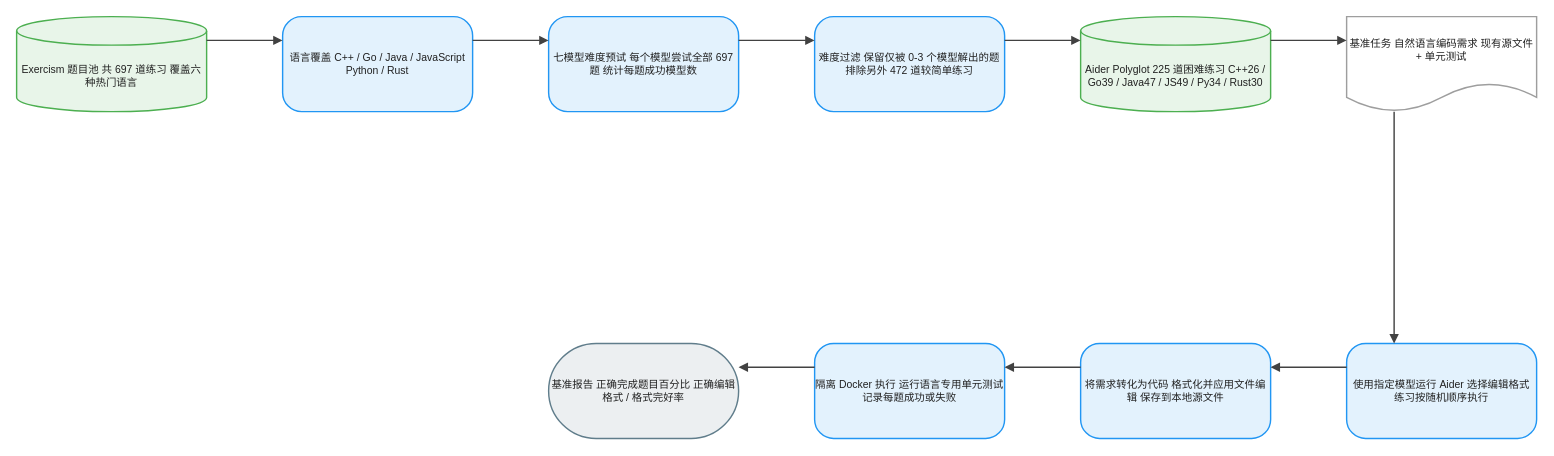
This is client/public/drawio/Aider_Polyglot/Aider_Polyglot.zh.drawio from joe1chief/benchmark-hub, a draw.io file, before an edit. Source tidied: cells renumbered, new cells numbered last; positions are measured from the earlier drawing's top-left corner, leaving out a move shared by most shapes. Both pictures are drawn from the tidied source at 95%, with x=0, y=0 at pixel (16, 16).
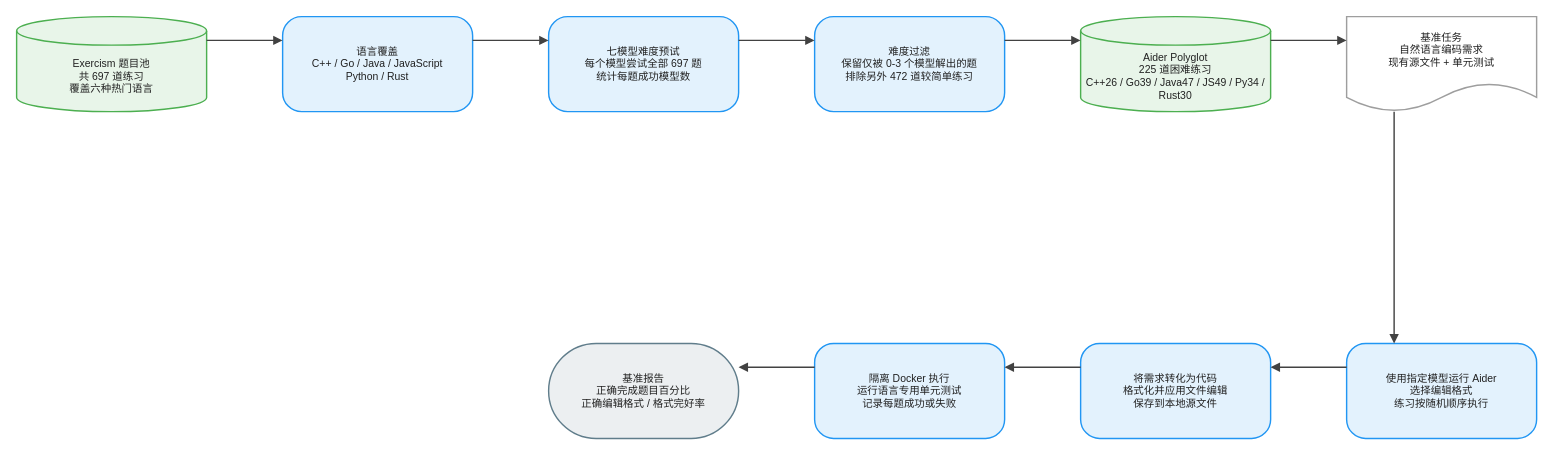
The same page after the edit.

Change to the diagram source:
```diff
@@
-    <mxCell id="2" value="Exercism 题目池 共 697 道练习 覆盖六种热门语言" style="shape=cylinder3;boundedLbl=1;backgroundOutline=1;size=15;html=1;whiteSpace=wrap;fillColor=#E8F5E9;strokeColor=#4CAF50;strokeWidth=1.5;fontColor=#212121;fontSize=11;fontFamily=Arial, Helvetica, sans-serif;verticalAlign=middle;align=center;" parent="1" vertex="1">
+    <mxCell id="2" value="Exercism 题目池&#10;共 697 道练习&#10;覆盖六种热门语言" style="shape=cylinder3;boundedLbl=1;backgroundOutline=1;size=15;html=0;convertToSvg=1;whiteSpace=wrap;fillColor=#E8F5E9;strokeColor=#4CAF50;strokeWidth=1.5;fontColor=#212121;fontSize=11;fontFamily=Arial, Helvetica, sans-serif;verticalAlign=middle;align=center;" parent="1" vertex="1">
       <mxGeometry width="200" height="100" as="geometry" />
     </mxCell>
-    <mxCell id="3" value="语言覆盖 C++ / Go / Java / JavaScript Python / Rust" style="rounded=1;arcSize=20;html=1;whiteSpace=wrap;fillColor=#E3F2FD;strokeColor=#2196F3;strokeWidth=1.5;fontColor=#212121;fontSize=11;fontFamily=Arial, Helvetica, sans-serif;verticalAlign=middle;align=center;" parent="1" vertex="1">
+    <mxCell id="3" value="语言覆盖&#10;C++ / Go / Java / JavaScript&#10;Python / Rust" style="rounded=1;arcSize=20;html=0;convertToSvg=1;whiteSpace=wrap;fillColor=#E3F2FD;strokeColor=#2196F3;strokeWidth=1.5;fontColor=#212121;fontSize=11;fontFamily=Arial, Helvetica, sans-serif;verticalAlign=middle;align=center;" parent="1" vertex="1">
       <mxGeometry x="280" width="200" height="100" as="geometry" />
     </mxCell>
-    <mxCell id="4" value="七模型难度预试 每个模型尝试全部 697 题 统计每题成功模型数" style="rounded=1;arcSize=20;html=1;whiteSpace=wrap;fillColor=#E3F2FD;strokeColor=#2196F3;strokeWidth=1.5;fontColor=#212121;fontSize=11;fontFamily=Arial, Helvetica, sans-serif;verticalAlign=middle;align=center;" parent="1" vertex="1">
+    <mxCell id="4" value="七模型难度预试&#10;每个模型尝试全部 697 题&#10;统计每题成功模型数" style="rounded=1;arcSize=20;html=0;convertToSvg=1;whiteSpace=wrap;fillColor=#E3F2FD;strokeColor=#2196F3;strokeWidth=1.5;fontColor=#212121;fontSize=11;fontFamily=Arial, Helvetica, sans-serif;verticalAlign=middle;align=center;" parent="1" vertex="1">
       <mxGeometry x="560" width="200" height="100" as="geometry" />
     </mxCell>
-    <mxCell id="5" value="难度过滤 保留仅被 0-3 个模型解出的题 排除另外 472 道较简单练习" style="rounded=1;arcSize=20;html=1;whiteSpace=wrap;fillColor=#E3F2FD;strokeColor=#2196F3;strokeWidth=1.5;fontColor=#212121;fontSize=11;fontFamily=Arial, Helvetica, sans-serif;verticalAlign=middle;align=center;" parent="1" vertex="1">
+    <mxCell id="5" value="难度过滤&#10;保留仅被 0-3 个模型解出的题&#10;排除另外 472 道较简单练习" style="rounded=1;arcSize=20;html=0;convertToSvg=1;whiteSpace=wrap;fillColor=#E3F2FD;strokeColor=#2196F3;strokeWidth=1.5;fontColor=#212121;fontSize=11;fontFamily=Arial, Helvetica, sans-serif;verticalAlign=middle;align=center;" parent="1" vertex="1">
       <mxGeometry x="840" width="200" height="100" as="geometry" />
     </mxCell>
-    <mxCell id="6" value="Aider Polyglot 225 道困难练习 C++26 / Go39 / Java47 / JS49 / Py34 / Rust30" style="shape=cylinder3;boundedLbl=1;backgroundOutline=1;size=15;html=1;whiteSpace=wrap;fillColor=#E8F5E9;strokeColor=#4CAF50;strokeWidth=1.5;fontColor=#212121;fontSize=11;fontFamily=Arial, Helvetica, sans-serif;verticalAlign=middle;align=center;" parent="1" vertex="1">
+    <mxCell id="6" value="Aider Polyglot&#10;225 道困难练习&#10;C++26 / Go39 / Java47 / JS49 / Py34 / Rust30" style="shape=cylinder3;boundedLbl=1;backgroundOutline=1;size=15;html=0;convertToSvg=1;whiteSpace=wrap;fillColor=#E8F5E9;strokeColor=#4CAF50;strokeWidth=1.5;fontColor=#212121;fontSize=11;fontFamily=Arial, Helvetica, sans-serif;verticalAlign=middle;align=center;" parent="1" vertex="1">
       <mxGeometry x="1120" width="200" height="100" as="geometry" />
     </mxCell>
-    <mxCell id="7" value="基准任务 自然语言编码需求 现有源文件 + 单元测试" style="shape=document;boundedLbl=1;html=1;whiteSpace=wrap;fillColor=#FFFFFF;strokeColor=#9E9E9E;strokeWidth=1.5;fontColor=#212121;fontSize=11;fontFamily=Arial, Helvetica, sans-serif;verticalAlign=middle;align=center;" parent="1" vertex="1">
+    <mxCell id="7" value="基准任务&#10;自然语言编码需求&#10;现有源文件 + 单元测试" style="shape=document;boundedLbl=1;html=0;convertToSvg=1;whiteSpace=wrap;fillColor=#FFFFFF;strokeColor=#9E9E9E;strokeWidth=1.5;fontColor=#212121;fontSize=11;fontFamily=Arial, Helvetica, sans-serif;verticalAlign=middle;align=center;" parent="1" vertex="1">
       <mxGeometry x="1400" width="200" height="100" as="geometry" />
     </mxCell>
-    <mxCell id="8" value="使用指定模型运行 Aider 选择编辑格式 练习按随机顺序执行" style="rounded=1;arcSize=20;html=1;whiteSpace=wrap;fillColor=#E3F2FD;strokeColor=#2196F3;strokeWidth=1.5;fontColor=#212121;fontSize=11;fontFamily=Arial, Helvetica, sans-serif;verticalAlign=middle;align=center;" parent="1" vertex="1">
+    <mxCell id="8" value="使用指定模型运行 Aider&#10;选择编辑格式&#10;练习按随机顺序执行" style="rounded=1;arcSize=20;html=0;convertToSvg=1;whiteSpace=wrap;fillColor=#E3F2FD;strokeColor=#2196F3;strokeWidth=1.5;fontColor=#212121;fontSize=11;fontFamily=Arial, Helvetica, sans-serif;verticalAlign=middle;align=center;" parent="1" vertex="1">
       <mxGeometry x="1400" y="344" width="200" height="100" as="geometry" />
     </mxCell>
-    <mxCell id="9" value="将需求转化为代码 格式化并应用文件编辑 保存到本地源文件" style="rounded=1;arcSize=20;html=1;whiteSpace=wrap;fillColor=#E3F2FD;strokeColor=#2196F3;strokeWidth=1.5;fontColor=#212121;fontSize=11;fontFamily=Arial, Helvetica, sans-serif;verticalAlign=middle;align=center;" parent="1" vertex="1">
+    <mxCell id="9" value="将需求转化为代码&#10;格式化并应用文件编辑&#10;保存到本地源文件" style="rounded=1;arcSize=20;html=0;convertToSvg=1;whiteSpace=wrap;fillColor=#E3F2FD;strokeColor=#2196F3;strokeWidth=1.5;fontColor=#212121;fontSize=11;fontFamily=Arial, Helvetica, sans-serif;verticalAlign=middle;align=center;" parent="1" vertex="1">
       <mxGeometry x="1120" y="344" width="200" height="100" as="geometry" />
     </mxCell>
-    <mxCell id="10" value="隔离 Docker 执行 运行语言专用单元测试 记录每题成功或失败" style="rounded=1;arcSize=20;html=1;whiteSpace=wrap;fillColor=#E3F2FD;strokeColor=#2196F3;strokeWidth=1.5;fontColor=#212121;fontSize=11;fontFamily=Arial, Helvetica, sans-serif;verticalAlign=middle;align=center;" parent="1" vertex="1">
+    <mxCell id="10" value="隔离 Docker 执行&#10;运行语言专用单元测试&#10;记录每题成功或失败" style="rounded=1;arcSize=20;html=0;convertToSvg=1;whiteSpace=wrap;fillColor=#E3F2FD;strokeColor=#2196F3;strokeWidth=1.5;fontColor=#212121;fontSize=11;fontFamily=Arial, Helvetica, sans-serif;verticalAlign=middle;align=center;" parent="1" vertex="1">
       <mxGeometry x="840" y="344" width="200" height="100" as="geometry" />
     </mxCell>
-    <mxCell id="11" value="基准报告 正确完成题目百分比 正确编辑格式 / 格式完好率" style="rounded=1;arcSize=50;html=1;whiteSpace=wrap;fillColor=#ECEFF1;strokeColor=#607D8B;strokeWidth=1.5;fontColor=#212121;fontSize=11;fontFamily=Arial, Helvetica, sans-serif;verticalAlign=middle;align=center;" parent="1" vertex="1">
+    <mxCell id="11" value="基准报告&#10;正确完成题目百分比&#10;正确编辑格式 / 格式完好率" style="rounded=1;arcSize=50;html=0;convertToSvg=1;whiteSpace=wrap;fillColor=#ECEFF1;strokeColor=#607D8B;strokeWidth=1.5;fontColor=#212121;fontSize=11;fontFamily=Arial, Helvetica, sans-serif;verticalAlign=middle;align=center;" parent="1" vertex="1">
       <mxGeometry x="560" y="344" width="200" height="100" as="geometry" />
     </mxCell>
-    <mxCell id="12" style="edgeStyle=orthogonalEdgeStyle;rounded=0;jettySize=auto;html=1;strokeColor=#424242;strokeWidth=1.5;endArrow=block;endFill=1;exitX=1;exitY=0.25;exitDx=0;exitDy=0;entryX=0;entryY=0.25;entryDx=0;entryDy=0;jumpStyle=arc;jumpSize=8;" parent="1" edge="1" source="2" target="3">
+    <mxCell id="12" style="edgeStyle=orthogonalEdgeStyle;rounded=0;jettySize=auto;html=0;convertToSvg=1;strokeColor=#424242;strokeWidth=1.5;endArrow=block;endFill=1;exitX=1;exitY=0.25;exitDx=0;exitDy=0;entryX=0;entryY=0.25;entryDx=0;entryDy=0;jumpStyle=arc;jumpSize=8;" parent="1" edge="1" source="2" target="3">
       <mxGeometry relative="1" as="geometry" />
     </mxCell>
-    <mxCell id="13" style="edgeStyle=orthogonalEdgeStyle;rounded=0;jettySize=auto;html=1;strokeColor=#424242;strokeWidth=1.5;endArrow=block;endFill=1;exitX=1;exitY=0.25;exitDx=0;exitDy=0;entryX=0;entryY=0.25;entryDx=0;entryDy=0;jumpStyle=arc;jumpSize=8;" parent="1" edge="1" source="3" target="4">
+    <mxCell id="13" style="edgeStyle=orthogonalEdgeStyle;rounded=0;jettySize=auto;html=0;convertToSvg=1;strokeColor=#424242;strokeWidth=1.5;endArrow=block;endFill=1;exitX=1;exitY=0.25;exitDx=0;exitDy=0;entryX=0;entryY=0.25;entryDx=0;entryDy=0;jumpStyle=arc;jumpSize=8;" parent="1" edge="1" source="3" target="4">
       <mxGeometry relative="1" as="geometry" />
     </mxCell>
-    <mxCell id="14" style="edgeStyle=orthogonalEdgeStyle;rounded=0;jettySize=auto;html=1;strokeColor=#424242;strokeWidth=1.5;endArrow=block;endFill=1;exitX=1;exitY=0.25;exitDx=0;exitDy=0;entryX=0;entryY=0.25;entryDx=0;entryDy=0;jumpStyle=arc;jumpSize=8;" parent="1" edge="1" source="4" target="5">
+    <mxCell id="14" style="edgeStyle=orthogonalEdgeStyle;rounded=0;jettySize=auto;html=0;convertToSvg=1;strokeColor=#424242;strokeWidth=1.5;endArrow=block;endFill=1;exitX=1;exitY=0.25;exitDx=0;exitDy=0;entryX=0;entryY=0.25;entryDx=0;entryDy=0;jumpStyle=arc;jumpSize=8;" parent="1" edge="1" source="4" target="5">
       <mxGeometry relative="1" as="geometry" />
     </mxCell>
-    <mxCell id="15" style="edgeStyle=orthogonalEdgeStyle;rounded=0;jettySize=auto;html=1;strokeColor=#424242;strokeWidth=1.5;endArrow=block;endFill=1;exitX=1;exitY=0.25;exitDx=0;exitDy=0;entryX=0;entryY=0.25;entryDx=0;entryDy=0;jumpStyle=arc;jumpSize=8;" parent="1" edge="1" source="5" target="6">
+    <mxCell id="15" style="edgeStyle=orthogonalEdgeStyle;rounded=0;jettySize=auto;html=0;convertToSvg=1;strokeColor=#424242;strokeWidth=1.5;endArrow=block;endFill=1;exitX=1;exitY=0.25;exitDx=0;exitDy=0;entryX=0;entryY=0.25;entryDx=0;entryDy=0;jumpStyle=arc;jumpSize=8;" parent="1" edge="1" source="5" target="6">
       <mxGeometry relative="1" as="geometry" />
     </mxCell>
-    <mxCell id="16" style="edgeStyle=orthogonalEdgeStyle;rounded=0;jettySize=auto;html=1;strokeColor=#424242;strokeWidth=1.5;endArrow=block;endFill=1;exitX=1;exitY=0.25;exitDx=0;exitDy=0;entryX=0;entryY=0.25;entryDx=0;entryDy=0;jumpStyle=arc;jumpSize=8;" parent="1" edge="1" source="6" target="7">
+    <mxCell id="16" style="edgeStyle=orthogonalEdgeStyle;rounded=0;jettySize=auto;html=0;convertToSvg=1;strokeColor=#424242;strokeWidth=1.5;endArrow=block;endFill=1;exitX=1;exitY=0.25;exitDx=0;exitDy=0;entryX=0;entryY=0.25;entryDx=0;entryDy=0;jumpStyle=arc;jumpSize=8;" parent="1" edge="1" source="6" target="7">
       <mxGeometry relative="1" as="geometry" />
     </mxCell>
-    <mxCell id="17" style="edgeStyle=orthogonalEdgeStyle;rounded=0;jettySize=auto;html=1;strokeColor=#424242;strokeWidth=1.5;endArrow=block;endFill=1;exitX=0.25;exitY=1;exitDx=0;exitDy=0;entryX=0.25;entryY=0;entryDx=0;entryDy=0;jumpStyle=arc;jumpSize=8;" parent="1" edge="1" source="7" target="8">
+    <mxCell id="17" style="edgeStyle=orthogonalEdgeStyle;rounded=0;jettySize=auto;html=0;convertToSvg=1;strokeColor=#424242;strokeWidth=1.5;endArrow=block;endFill=1;exitX=0.25;exitY=1;exitDx=0;exitDy=0;entryX=0.25;entryY=0;entryDx=0;entryDy=0;jumpStyle=arc;jumpSize=8;" parent="1" edge="1" source="7" target="8">
       <mxGeometry relative="1" as="geometry" />
     </mxCell>
-    <mxCell id="18" style="edgeStyle=orthogonalEdgeStyle;rounded=0;jettySize=auto;html=1;strokeColor=#424242;strokeWidth=1.5;endArrow=block;endFill=1;exitX=0;exitY=0.25;exitDx=0;exitDy=0;entryX=1;entryY=0.25;entryDx=0;entryDy=0;jumpStyle=arc;jumpSize=8;" parent="1" edge="1" source="8" target="9">
+    <mxCell id="18" style="edgeStyle=orthogonalEdgeStyle;rounded=0;jettySize=auto;html=0;convertToSvg=1;strokeColor=#424242;strokeWidth=1.5;endArrow=block;endFill=1;exitX=0;exitY=0.25;exitDx=0;exitDy=0;entryX=1;entryY=0.25;entryDx=0;entryDy=0;jumpStyle=arc;jumpSize=8;" parent="1" edge="1" source="8" target="9">
       <mxGeometry relative="1" as="geometry" />
     </mxCell>
-    <mxCell id="19" style="edgeStyle=orthogonalEdgeStyle;rounded=0;jettySize=auto;html=1;strokeColor=#424242;strokeWidth=1.5;endArrow=block;endFill=1;exitX=0;exitY=0.25;exitDx=0;exitDy=0;entryX=1;entryY=0.25;entryDx=0;entryDy=0;jumpStyle=arc;jumpSize=8;" parent="1" edge="1" source="9" target="10">
+    <mxCell id="19" style="edgeStyle=orthogonalEdgeStyle;rounded=0;jettySize=auto;html=0;convertToSvg=1;strokeColor=#424242;strokeWidth=1.5;endArrow=block;endFill=1;exitX=0;exitY=0.25;exitDx=0;exitDy=0;entryX=1;entryY=0.25;entryDx=0;entryDy=0;jumpStyle=arc;jumpSize=8;" parent="1" edge="1" source="9" target="10">
       <mxGeometry relative="1" as="geometry" />
     </mxCell>
-    <mxCell id="20" style="edgeStyle=orthogonalEdgeStyle;rounded=0;jettySize=auto;html=1;strokeColor=#424242;strokeWidth=1.5;endArrow=block;endFill=1;exitX=0;exitY=0.25;exitDx=0;exitDy=0;entryX=1;entryY=0.25;entryDx=0;entryDy=0;jumpStyle=arc;jumpSize=8;" parent="1" edge="1" source="10" target="11">
+    <mxCell id="20" style="edgeStyle=orthogonalEdgeStyle;rounded=0;jettySize=auto;html=0;convertToSvg=1;strokeColor=#424242;strokeWidth=1.5;endArrow=block;endFill=1;exitX=0;exitY=0.25;exitDx=0;exitDy=0;entryX=1;entryY=0.25;entryDx=0;entryDy=0;jumpStyle=arc;jumpSize=8;" parent="1" edge="1" source="10" target="11">
       <mxGeometry relative="1" as="geometry" />
     </mxCell>
```
